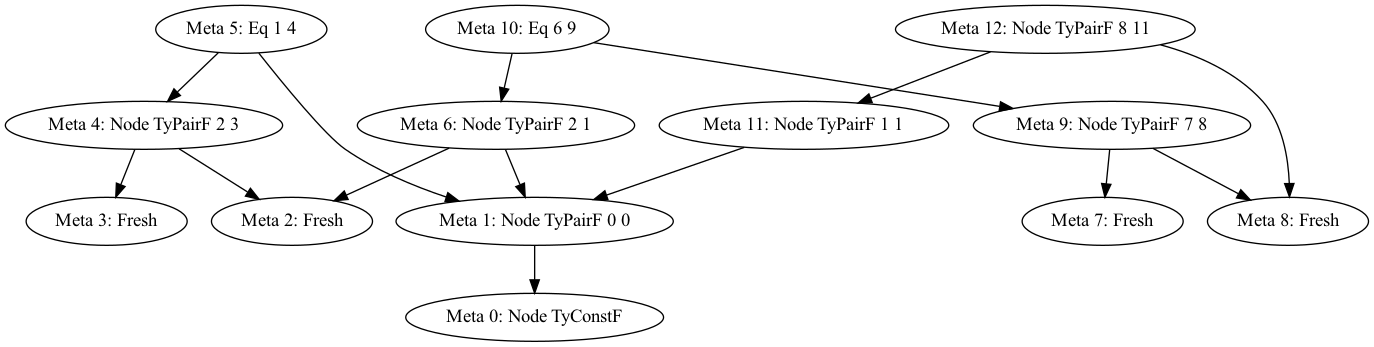
This is dot/exponential-initial.png from ejconlon/uniter, a Graphviz export, as it was before one commit. Its source is kept beside it as dot/exponential-initial.dot.
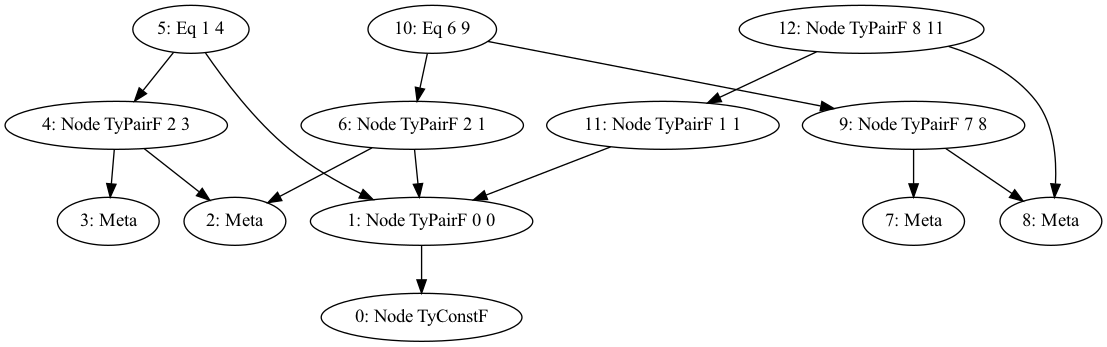
The same file after the commit.

Change to the diagram source:
```diff
@@ -1,18 +1,18 @@
 digraph
 {
-  "0" [label="Meta 0: Node TyConstF"]
-  "1" [label="Meta 1: Node TyPairF 0 0"]
-  "2" [label="Meta 2: Fresh"]
-  "3" [label="Meta 3: Fresh"]
-  "4" [label="Meta 4: Node TyPairF 2 3"]
-  "5" [label="Meta 5: Eq 1 4"]
-  "6" [label="Meta 6: Node TyPairF 2 1"]
-  "7" [label="Meta 7: Fresh"]
-  "8" [label="Meta 8: Fresh"]
-  "9" [label="Meta 9: Node TyPairF 7 8"]
-  "10" [label="Meta 10: Eq 6 9"]
-  "11" [label="Meta 11: Node TyPairF 1 1"]
-  "12" [label="Meta 12: Node TyPairF 8 11"]
+  "0" [label="0: Node TyConstF"]
+  "1" [label="1: Node TyPairF 0 0"]
+  "2" [label="2: Meta"]
+  "3" [label="3: Meta"]
+  "4" [label="4: Node TyPairF 2 3"]
+  "5" [label="5: Eq 1 4"]
+  "6" [label="6: Node TyPairF 2 1"]
+  "7" [label="7: Meta"]
+  "8" [label="8: Meta"]
+  "9" [label="9: Node TyPairF 7 8"]
+  "10" [label="10: Eq 6 9"]
+  "11" [label="11: Node TyPairF 1 1"]
+  "12" [label="12: Node TyPairF 8 11"]
   "1" -> "0"
   "4" -> "2"
   "4" -> "3"
```
